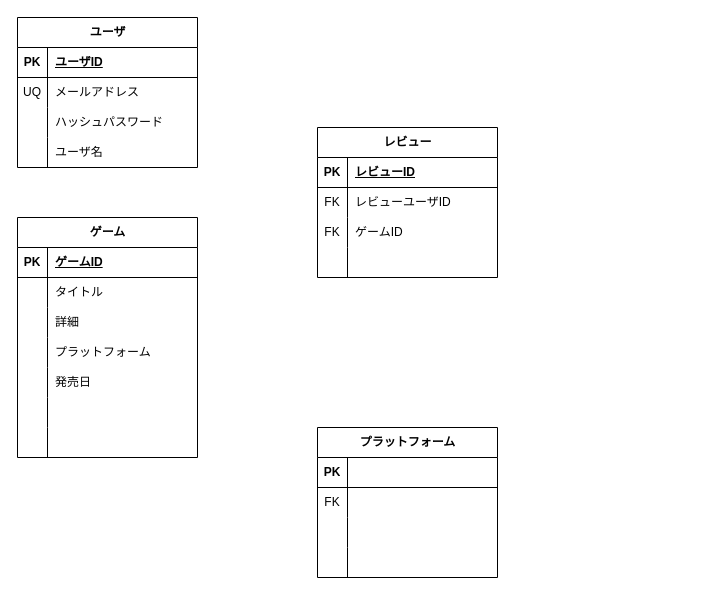
Earlier version of the draw.io diagram doc/ER.drawio (kissy1221/gamemo). Source tidied: cells renumbered, new cells numbered last; positions are measured from the earlier drawing's top-left corner, leaving out a move shared by most shapes. Both pictures are drawn from the tidied source at 100%, with x=0, y=0 at pixel (17, 17).
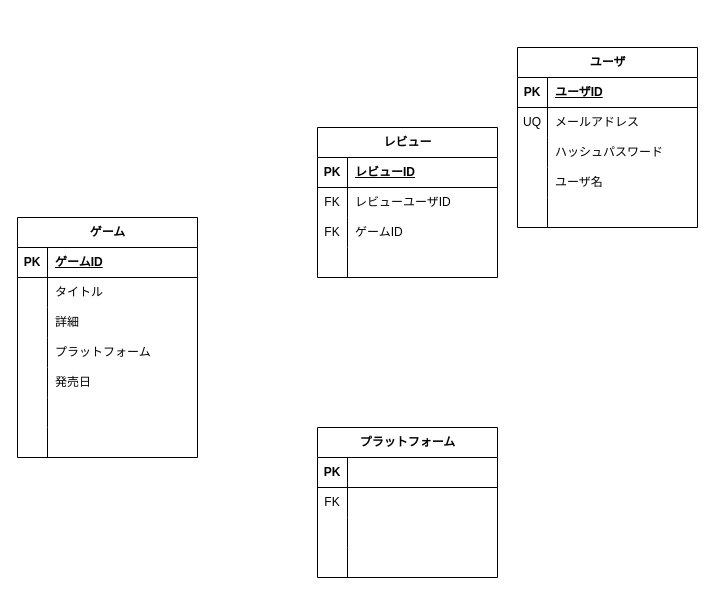
After the change.

What changed in the source:
```diff
@@
     <mxCell id="2" value="ユーザ" style="shape=table;startSize=30;childLayout=tableLayout;rowLines=0;fontStyle=1;align=center;html=1;" parent="1" vertex="1">
-      <mxGeometry width="180" height="150" as="geometry" />
+      <mxGeometry x="500" y="30" width="180" height="180" as="geometry" />
     </mxCell>
@@
+    <mxCell id="63" style="shape=tableRow;horizontal=0;startSize=0;swimlaneHead=0;swimlaneBody=0;fillColor=none;top=0;left=0;right=0;bottom=0;" parent="2" vertex="1">
+      <mxGeometry y="150" width="180" height="30" as="geometry" />
+    </mxCell>
+    <mxCell id="64" style="shape=partialRectangle;fillColor=none;top=0;left=0;bottom=0;right=0;overflow=hidden;whiteSpace=wrap;html=1;" parent="63" vertex="1">
+      <mxGeometry width="30" height="30" as="geometry" />
+    </mxCell>
+    <mxCell id="65" style="shape=partialRectangle;fillColor=none;top=0;left=0;bottom=0;right=0;align=left;spacingLeft=6;overflow=hidden;whiteSpace=wrap;html=1;" parent="63" vertex="1">
+      <mxGeometry x="30" width="150" height="30" as="geometry" />
+    </mxCell>
```
